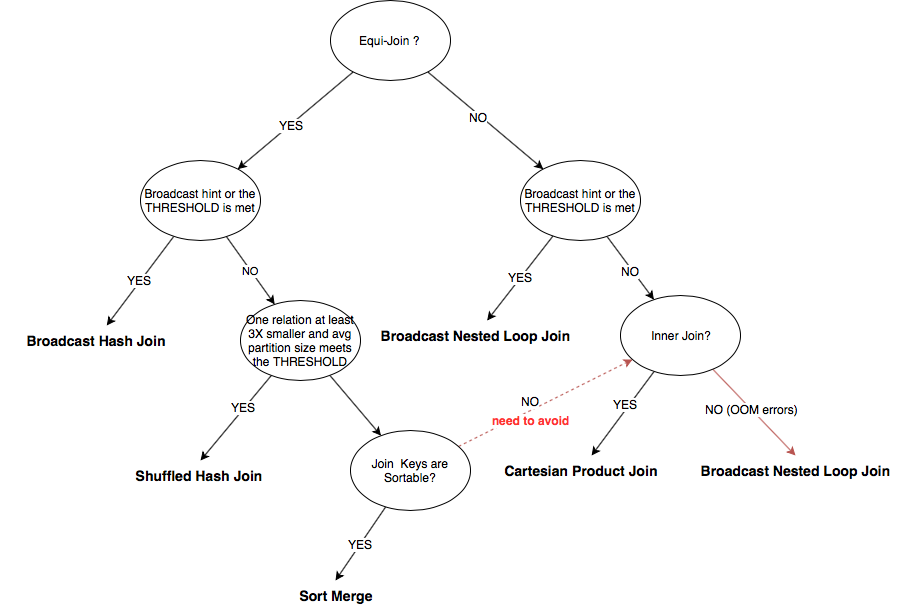
egordoe/apps keeps this draw.io diagram as draw.io/Spark_Joins_methods.png. Above is the earlier version. Source tidied: cells renumbered, new cells last; positions are measured from the earlier drawing's top-left corner, leaving out a move shared by most shapes.
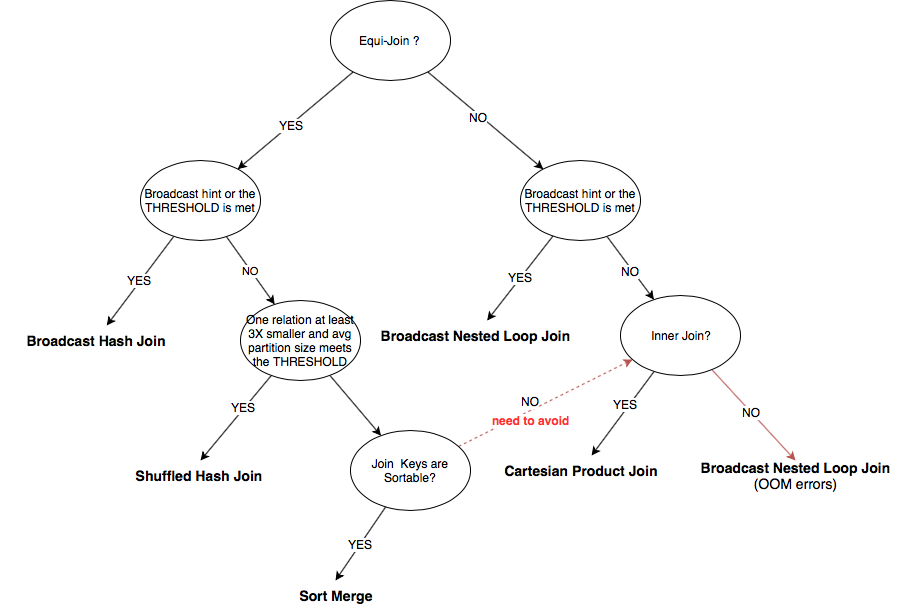
After the change.

The edit, as a diff of the source:
```diff
@@ -80,7 +80,7 @@
     <mxCell id="25" style="edgeStyle=none;rounded=0;jettySize=auto;html=1;entryX=0.5;entryY=0;entryDx=0;entryDy=0;fillColor=#f8cecc;strokeColor=#b85450;" parent="1" edge="1" source="27" target="29">
       <mxGeometry relative="1" as="geometry" />
     </mxCell>
-    <mxCell id="26" value="NO (OOM errors)" style="text;html=1;align=center;verticalAlign=middle;labelBackgroundColor=#ffffff;" parent="25" vertex="1">
+    <mxCell id="26" value="NO" style="text;html=1;align=center;verticalAlign=middle;labelBackgroundColor=#ffffff;" parent="25" vertex="1">
       <mxGeometry x="-0.08" relative="1" as="geometry">
         <mxPoint x="1" as="offset" />
       </mxGeometry>
@@ -91,8 +91,8 @@
     <mxCell id="28" value="&lt;font style=&quot;font-size: 14px&quot;&gt;&lt;b&gt;Cartesian Product Join&lt;/b&gt;&lt;/font&gt;" style="text;html=1;strokeColor=none;fillColor=none;align=center;verticalAlign=middle;whiteSpace=wrap;rounded=0;" parent="1" vertex="1">
       <mxGeometry x="485" y="455" width="190" height="30" as="geometry" />
     </mxCell>
-    <mxCell id="29" value="&lt;font style=&quot;font-size: 14px&quot;&gt;&lt;b&gt;Broadcast Nested Loop Join&lt;/b&gt;&lt;/font&gt;" style="text;html=1;strokeColor=none;fillColor=none;align=center;verticalAlign=middle;whiteSpace=wrap;rounded=0;" parent="1" vertex="1">
-      <mxGeometry x="690" y="455" width="210" height="30" as="geometry" />
+    <mxCell id="29" value="&lt;font style=&quot;font-size: 14px&quot;&gt;&lt;b&gt;Broadcast Nested Loop Join&lt;br&gt;&lt;/b&gt;&lt;span&gt;(OOM errors)&lt;/span&gt;&lt;b&gt;&lt;br&gt;&lt;/b&gt;&lt;/font&gt;" style="text;html=1;strokeColor=none;fillColor=none;align=center;verticalAlign=middle;whiteSpace=wrap;rounded=0;" parent="1" vertex="1">
+      <mxGeometry x="690" y="460" width="210" height="30" as="geometry" />
     </mxCell>
     <mxCell id="30" style="edgeStyle=none;rounded=0;jettySize=auto;html=1;" parent="1" edge="1" source="34" target="35">
       <mxGeometry relative="1" as="geometry" />
```
